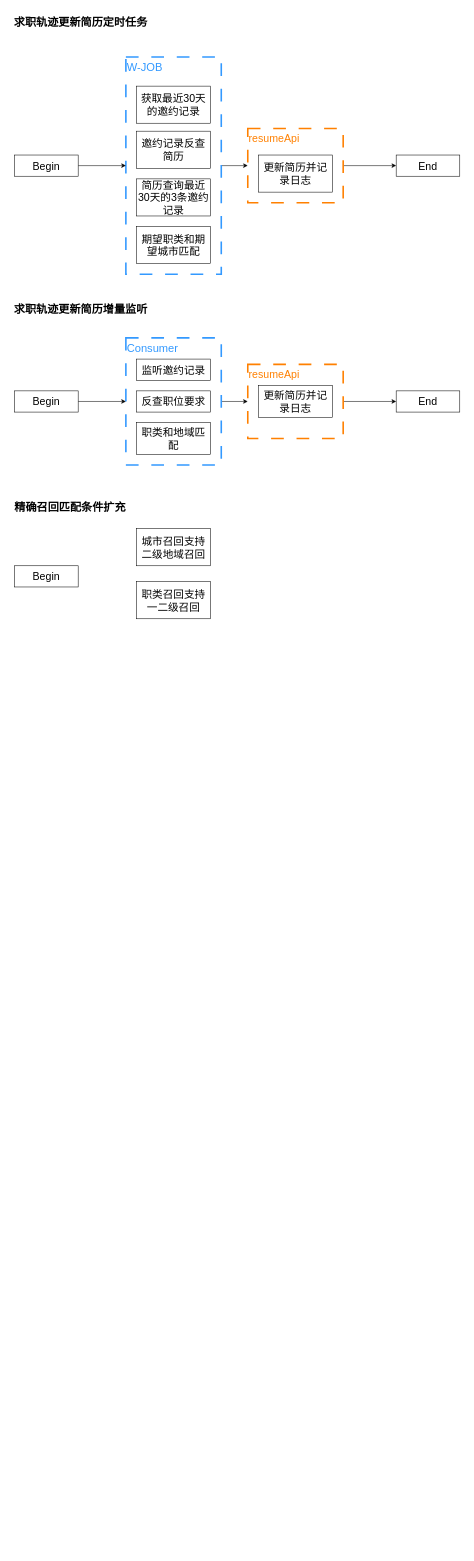
Before: 简历线索优化1.1.drawio in LuOyEbY/draw-b, a draw.io diagram. Source tidied: cells renumbered, new cells numbered last; positions are measured from the earlier drawing's top-left corner, leaving out a move shared by most shapes. Both pictures are drawn from the tidied source at 53%, with x=0, y=0 at pixel (9, 9).
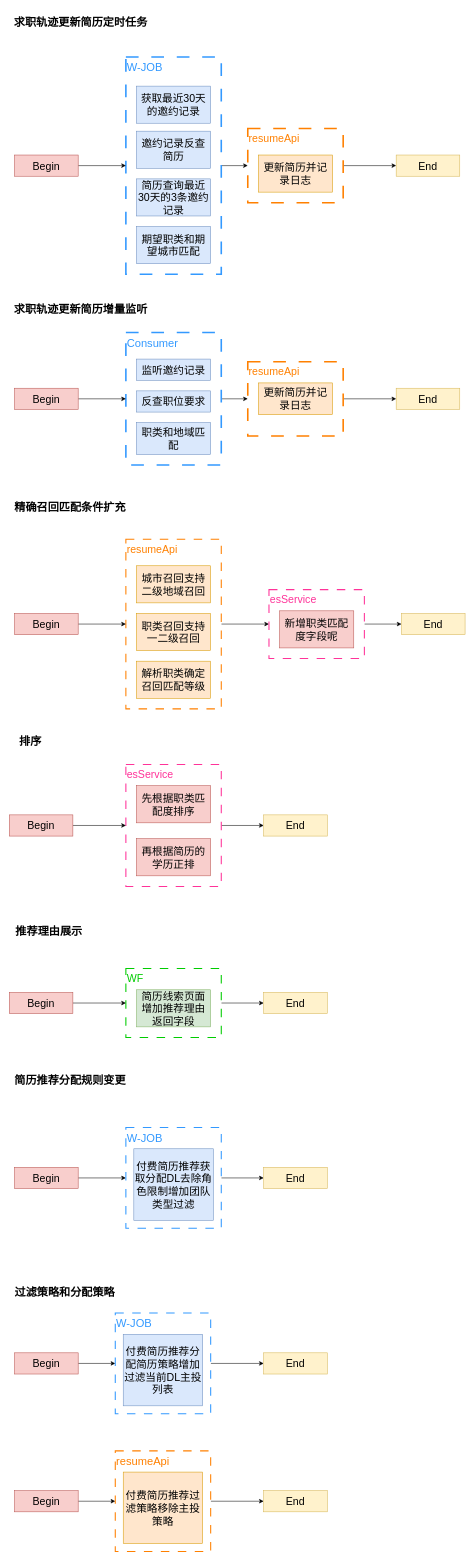
After the change.

Commit message:
更新简历线索优化1.1.drawio

Diff of the diagram source:
```diff
@@
+    <mxCell id="31" style="edgeStyle=orthogonalEdgeStyle;rounded=0;jettySize=auto;html=1;entryX=0;entryY=0.5;entryDx=0;entryDy=0;" parent="1" edge="1" source="32" target="42">
+      <mxGeometry relative="1" as="geometry" />
+    </mxCell>
+    <mxCell id="32" value="esService" style="rounded=0;whiteSpace=wrap;html=1;dashed=1;dashPattern=8 8;strokeColor=#FF3399;strokeWidth=2;verticalAlign=top;align=left;fontSize=20;fontColor=#FF3399;" parent="1" vertex="1">
+      <mxGeometry x="220" y="1425" width="180" height="230" as="geometry" />
+    </mxCell>
+    <mxCell id="33" style="edgeStyle=orthogonalEdgeStyle;rounded=0;jettySize=auto;html=1;entryX=0;entryY=0.5;entryDx=0;entryDy=0;" parent="1" edge="1" source="34" target="44">
+      <mxGeometry relative="1" as="geometry" />
+    </mxCell>
+    <mxCell id="34" value="resumeApi" style="rounded=0;whiteSpace=wrap;html=1;dashed=1;dashPattern=8 8;strokeColor=#FF8000;strokeWidth=2;verticalAlign=top;align=left;fontSize=20;fontColor=#FF8000;" parent="1" vertex="1">
+      <mxGeometry x="220" y="1000" width="180" height="320" as="geometry" />
+    </mxCell>
@@
     <mxCell id="3" value="resumeApi" style="rounded=0;whiteSpace=wrap;html=1;dashed=1;dashPattern=8 8;strokeColor=#FF8000;strokeWidth=3;verticalAlign=top;align=left;fontSize=20;fontColor=#FF8000;" parent="1" vertex="1">
-      <mxGeometry x="450" y="670" width="180" height="140" as="geometry" />
+      <mxGeometry x="450" y="665" width="180" height="140" as="geometry" />
     </mxCell>
@@
     <mxCell id="5" value="Consumer" style="rounded=0;whiteSpace=wrap;html=1;dashed=1;dashPattern=8 8;strokeColor=#3399FF;strokeWidth=3;align=left;horizontal=1;verticalAlign=top;fontSize=21;fontColor=#3399FF;" parent="1" vertex="1">
-      <mxGeometry x="220" y="620" width="180" height="240" as="geometry" />
+      <mxGeometry x="220" y="610" width="180" height="250" as="geometry" />
     </mxCell>
@@
-    <mxCell id="12" value="Begin" style="rounded=0;whiteSpace=wrap;html=1;fontSize=20;" parent="1" vertex="1">
+    <mxCell id="12" value="Begin" style="rounded=0;whiteSpace=wrap;html=1;fontSize=20;fillColor=#f8cecc;strokeColor=#b85450;" parent="1" vertex="1">
       <mxGeometry x="10" y="275" width="120" height="40" as="geometry" />
     </mxCell>
-    <mxCell id="13" value="获取最近30天的邀约记录" style="rounded=0;whiteSpace=wrap;html=1;fontSize=20;" parent="1" vertex="1">
+    <mxCell id="13" value="获取最近30天的邀约记录" style="rounded=0;whiteSpace=wrap;html=1;fontSize=20;fillColor=#dae8fc;strokeColor=#6c8ebf;" parent="1" vertex="1">
       <mxGeometry x="240" y="145" width="140" height="70" as="geometry" />
     </mxCell>
-    <mxCell id="14" value="邀约记录反查简历" style="rounded=0;whiteSpace=wrap;html=1;fontSize=20;" parent="1" vertex="1">
+    <mxCell id="14" value="邀约记录反查简历" style="rounded=0;whiteSpace=wrap;html=1;fontSize=20;fillColor=#dae8fc;strokeColor=#6c8ebf;" parent="1" vertex="1">
       <mxGeometry x="240" y="230" width="140" height="70" as="geometry" />
     </mxCell>
-    <mxCell id="15" value="简历查询最近30天的3条邀约记录" style="rounded=0;whiteSpace=wrap;html=1;fontSize=20;" parent="1" vertex="1">
+    <mxCell id="15" value="简历查询最近30天的3条邀约记录" style="rounded=0;whiteSpace=wrap;html=1;fontSize=20;fillColor=#dae8fc;strokeColor=#6c8ebf;" parent="1" vertex="1">
       <mxGeometry x="240" y="320" width="140" height="70" as="geometry" />
     </mxCell>
-    <mxCell id="16" value="期望职类和期望城市匹配" style="rounded=0;whiteSpace=wrap;html=1;fontSize=20;" parent="1" vertex="1">
+    <mxCell id="16" value="期望职类和期望城市匹配" style="rounded=0;whiteSpace=wrap;html=1;fontSize=20;fillColor=#dae8fc;strokeColor=#6c8ebf;" parent="1" vertex="1">
       <mxGeometry x="240" y="410" width="140" height="70" as="geometry" />
     </mxCell>
-    <mxCell id="17" value="更新简历并记录日志" style="rounded=0;whiteSpace=wrap;html=1;fontSize=20;" parent="1" vertex="1">
+    <mxCell id="17" value="更新简历并记录日志" style="rounded=0;whiteSpace=wrap;html=1;fontSize=20;fillColor=#ffe6cc;strokeColor=#d79b00;" parent="1" vertex="1">
       <mxGeometry x="470" y="275" width="140" height="70" as="geometry" />
     </mxCell>
-    <mxCell id="18" value="End" style="rounded=0;whiteSpace=wrap;html=1;fontSize=20;" parent="1" vertex="1">
+    <mxCell id="18" value="End" style="rounded=0;whiteSpace=wrap;html=1;fontSize=20;fillColor=#fff2cc;strokeColor=#d6b656;" parent="1" vertex="1">
       <mxGeometry x="730" y="275" width="120" height="40" as="geometry" />
     </mxCell>
@@
-    <mxCell id="21" value="Begin" style="rounded=0;whiteSpace=wrap;html=1;fontSize=20;" parent="1" vertex="1">
-      <mxGeometry x="10" y="720" width="120" height="40" as="geometry" />
+    <mxCell id="21" value="Begin" style="rounded=0;whiteSpace=wrap;html=1;fontSize=20;fillColor=#f8cecc;strokeColor=#b85450;" parent="1" vertex="1">
+      <mxGeometry x="10" y="715" width="120" height="40" as="geometry" />
     </mxCell>
-    <mxCell id="22" value="监听邀约记录" style="whiteSpace=wrap;html=1;fontSize=20;rounded=0;" parent="1" vertex="1">
+    <mxCell id="22" value="监听邀约记录" style="whiteSpace=wrap;html=1;fontSize=20;rounded=0;fillColor=#dae8fc;strokeColor=#6c8ebf;" parent="1" vertex="1">
       <mxGeometry x="240" y="660" width="140" height="40" as="geometry" />
     </mxCell>
-    <mxCell id="23" value="反查职位要求" style="whiteSpace=wrap;html=1;fontSize=20;rounded=0;" parent="1" vertex="1">
+    <mxCell id="23" value="反查职位要求" style="whiteSpace=wrap;html=1;fontSize=20;rounded=0;fillColor=#dae8fc;strokeColor=#6c8ebf;" parent="1" vertex="1">
       <mxGeometry x="240" y="720" width="140" height="40" as="geometry" />
     </mxCell>
-    <mxCell id="24" value="职类和地域匹配" style="whiteSpace=wrap;html=1;fontSize=20;rounded=0;" parent="1" vertex="1">
+    <mxCell id="24" value="职类和地域匹配" style="whiteSpace=wrap;html=1;fontSize=20;rounded=0;fillColor=#dae8fc;strokeColor=#6c8ebf;" parent="1" vertex="1">
       <mxGeometry x="240" y="780" width="140" height="60" as="geometry" />
     </mxCell>
-    <mxCell id="25" value="更新简历并记录日志" style="whiteSpace=wrap;html=1;fontSize=20;rounded=0;" parent="1" vertex="1">
-      <mxGeometry x="470" y="710" width="140" height="60" as="geometry" />
+    <mxCell id="25" value="更新简历并记录日志" style="whiteSpace=wrap;html=1;fontSize=20;rounded=0;fillColor=#ffe6cc;strokeColor=#d79b00;" parent="1" vertex="1">
+      <mxGeometry x="470" y="705" width="140" height="60" as="geometry" />
     </mxCell>
-    <mxCell id="26" value="End" style="rounded=0;whiteSpace=wrap;html=1;fontSize=20;" parent="1" vertex="1">
-      <mxGeometry x="730" y="720" width="120" height="40" as="geometry" />
+    <mxCell id="26" value="End" style="rounded=0;whiteSpace=wrap;html=1;fontSize=20;fillColor=#fff2cc;strokeColor=#d6b656;" parent="1" vertex="1">
+      <mxGeometry x="730" y="715" width="120" height="40" as="geometry" />
     </mxCell>
@@
+    <mxCell id="35" style="edgeStyle=orthogonalEdgeStyle;rounded=0;jettySize=auto;html=1;entryX=0;entryY=0.5;entryDx=0;entryDy=0;" parent="1" edge="1" source="28" target="34">
+      <mxGeometry relative="1" as="geometry" />
+    </mxCell>
-    <mxCell id="28" value="Begin" style="rounded=0;whiteSpace=wrap;html=1;fontSize=20;" parent="1" vertex="1">
-      <mxGeometry x="10" y="1050" width="120" height="40" as="geometry" />
+    <mxCell id="28" value="Begin" style="rounded=0;whiteSpace=wrap;html=1;fontSize=20;fillColor=#f8cecc;strokeColor=#b85450;" parent="1" vertex="1">
+      <mxGeometry x="10" y="1140" width="120" height="40" as="geometry" />
     </mxCell>
-    <mxCell id="29" value="城市召回支持二级地域召回" style="whiteSpace=wrap;html=1;fontSize=20;rounded=0;" parent="1" vertex="1">
-      <mxGeometry x="240" y="980" width="140" height="70" as="geometry" />
+    <mxCell id="29" value="城市召回支持二级地域召回" style="whiteSpace=wrap;html=1;fontSize=20;rounded=0;fillColor=#ffe6cc;strokeColor=#d79b00;" parent="1" vertex="1">
+      <mxGeometry x="240" y="1050" width="140" height="70" as="geometry" />
     </mxCell>
-    <mxCell id="30" value="职类召回支持一二级召回" style="whiteSpace=wrap;html=1;fontSize=20;rounded=0;" parent="1" vertex="1">
-      <mxGeometry x="240" y="1080" width="140" height="70" as="geometry" />
+    <mxCell id="30" value="职类召回支持一二级召回" style="whiteSpace=wrap;html=1;fontSize=20;rounded=0;fillColor=#ffe6cc;strokeColor=#d79b00;" parent="1" vertex="1">
+      <mxGeometry x="240" y="1140" width="140" height="70" as="geometry" />
     </mxCell>
+    <mxCell id="36" value="解析职类确定召回匹配等级" style="whiteSpace=wrap;html=1;fontSize=20;rounded=0;fillColor=#ffe6cc;strokeColor=#d79b00;" parent="1" vertex="1">
+      <mxGeometry x="240" y="1230" width="140" height="70" as="geometry" />
+    </mxCell>
+    <mxCell id="37" value="排序" style="text;html=1;strokeColor=none;fillColor=none;align=center;verticalAlign=middle;whiteSpace=wrap;rounded=0;fontSize=21;fontStyle=1;" parent="1" vertex="1">
+      <mxGeometry y="1360" width="80" height="40" as="geometry" />
+    </mxCell>
+    <mxCell id="38" style="edgeStyle=orthogonalEdgeStyle;rounded=0;jettySize=auto;html=1;entryX=0;entryY=0.5;entryDx=0;entryDy=0;" parent="1" edge="1" source="39" target="32">
+      <mxGeometry relative="1" as="geometry" />
+    </mxCell>
+    <mxCell id="39" value="Begin" style="rounded=0;whiteSpace=wrap;html=1;fontSize=20;fillColor=#f8cecc;strokeColor=#b85450;" parent="1" vertex="1">
+      <mxGeometry y="1520" width="120" height="40" as="geometry" />
+    </mxCell>
+    <mxCell id="40" value="先根据职类匹配度排序" style="whiteSpace=wrap;html=1;fontSize=20;rounded=0;fillColor=#f8cecc;strokeColor=#b85450;" parent="1" vertex="1">
+      <mxGeometry x="240" y="1465" width="140" height="70" as="geometry" />
+    </mxCell>
+    <mxCell id="41" value="再根据简历的学历正排" style="whiteSpace=wrap;html=1;fontSize=20;rounded=0;fillColor=#f8cecc;strokeColor=#b85450;" parent="1" vertex="1">
+      <mxGeometry x="240" y="1565" width="140" height="70" as="geometry" />
+    </mxCell>
+    <mxCell id="42" value="End" style="rounded=0;whiteSpace=wrap;html=1;fontSize=20;fillColor=#fff2cc;strokeColor=#d6b656;" parent="1" vertex="1">
+      <mxGeometry x="480" y="1520" width="120" height="40" as="geometry" />
+    </mxCell>
+    <mxCell id="43" style="edgeStyle=orthogonalEdgeStyle;rounded=0;jettySize=auto;html=1;" parent="1" edge="1" source="44" target="46">
+      <mxGeometry relative="1" as="geometry" />
+    </mxCell>
+    <mxCell id="44" value="esService" style="rounded=0;whiteSpace=wrap;html=1;dashed=1;dashPattern=8 8;strokeColor=#FF3399;strokeWidth=2;verticalAlign=top;align=left;fontSize=20;fontColor=#FF3399;" parent="1" vertex="1">
+      <mxGeometry x="490" y="1095" width="180" height="130" as="geometry" />
+    </mxCell>
+    <mxCell id="45" value="新增职类匹配度字段呢" style="whiteSpace=wrap;html=1;fontSize=20;rounded=0;fillColor=#f8cecc;strokeColor=#b85450;" parent="1" vertex="1">
+      <mxGeometry x="510" y="1135" width="140" height="70" as="geometry" />
+    </mxCell>
+    <mxCell id="46" value="End" style="rounded=0;whiteSpace=wrap;html=1;fontSize=20;fillColor=#fff2cc;strokeColor=#d6b656;" parent="1" vertex="1">
+      <mxGeometry x="740" y="1140" width="120" height="40" as="geometry" />
+    </mxCell>
+    <mxCell id="47" style="edgeStyle=orthogonalEdgeStyle;rounded=0;jettySize=auto;html=1;entryX=0;entryY=0.5;entryDx=0;entryDy=0;" parent="1" edge="1" source="48" target="52">
+      <mxGeometry relative="1" as="geometry" />
+    </mxCell>
+    <mxCell id="48" value="WF" style="rounded=0;whiteSpace=wrap;html=1;dashed=1;dashPattern=8 8;strokeColor=#00CC00;strokeWidth=2;verticalAlign=top;align=left;fontSize=20;fontColor=#00CC00;" parent="1" vertex="1">
+      <mxGeometry x="220" y="1810" width="180" height="130" as="geometry" />
+    </mxCell>
+    <mxCell id="49" style="edgeStyle=orthogonalEdgeStyle;rounded=0;jettySize=auto;html=1;entryX=0;entryY=0.5;entryDx=0;entryDy=0;" parent="1" edge="1" source="50" target="48">
+      <mxGeometry relative="1" as="geometry" />
+    </mxCell>
+    <mxCell id="50" value="Begin" style="rounded=0;whiteSpace=wrap;html=1;fontSize=20;fillColor=#f8cecc;strokeColor=#b85450;" parent="1" vertex="1">
+      <mxGeometry y="1855" width="120" height="40" as="geometry" />
+    </mxCell>
+    <mxCell id="51" value="简历线索页面增加推荐理由返回字段" style="whiteSpace=wrap;html=1;fontSize=20;rounded=0;fillColor=#d5e8d4;strokeColor=#82b366;" parent="1" vertex="1">
+      <mxGeometry x="240" y="1850" width="140" height="70" as="geometry" />
+    </mxCell>
+    <mxCell id="52" value="End" style="rounded=0;whiteSpace=wrap;html=1;fontSize=20;fillColor=#fff2cc;strokeColor=#d6b656;" parent="1" vertex="1">
+      <mxGeometry x="480" y="1855" width="120" height="40" as="geometry" />
+    </mxCell>
+    <mxCell id="53" value="推荐理由展示" style="text;html=1;strokeColor=none;fillColor=none;align=center;verticalAlign=middle;whiteSpace=wrap;rounded=0;fontSize=21;fontStyle=1;" parent="1" vertex="1">
+      <mxGeometry y="1720" width="150" height="40" as="geometry" />
+    </mxCell>
+    <mxCell id="54" value="简历推荐分配规则变更" style="text;html=1;strokeColor=none;fillColor=none;align=center;verticalAlign=middle;whiteSpace=wrap;rounded=0;fontSize=21;fontStyle=1;" parent="1" vertex="1">
+      <mxGeometry y="2000" width="230" height="40" as="geometry" />
+    </mxCell>
+    <mxCell id="55" style="edgeStyle=orthogonalEdgeStyle;rounded=0;jettySize=auto;html=1;entryX=0;entryY=0.5;entryDx=0;entryDy=0;" parent="1" edge="1" source="56" target="58">
+      <mxGeometry relative="1" as="geometry" />
+    </mxCell>
+    <mxCell id="56" value="Begin" style="rounded=0;whiteSpace=wrap;html=1;fontSize=20;fillColor=#f8cecc;strokeColor=#b85450;" parent="1" vertex="1">
+      <mxGeometry x="10" y="2185" width="120" height="40" as="geometry" />
+    </mxCell>
+    <mxCell id="57" style="edgeStyle=orthogonalEdgeStyle;rounded=0;jettySize=auto;html=1;entryX=0;entryY=0.5;entryDx=0;entryDy=0;" parent="1" edge="1" source="58" target="60">
+      <mxGeometry relative="1" as="geometry" />
+    </mxCell>
+    <mxCell id="58" value="W-JOB" style="rounded=0;whiteSpace=wrap;html=1;dashed=1;dashPattern=8 8;strokeColor=#3399FF;strokeWidth=2;align=left;horizontal=1;verticalAlign=top;fontSize=21;fontColor=#3399FF;" parent="1" vertex="1">
+      <mxGeometry x="220" y="2110" width="180" height="190" as="geometry" />
+    </mxCell>
+    <mxCell id="59" value="付费简历推荐获取分配DL去除角色限制增加团队类型过滤" style="whiteSpace=wrap;html=1;fontSize=20;rounded=0;fillColor=#dae8fc;strokeColor=#6c8ebf;" parent="1" vertex="1">
+      <mxGeometry x="235" y="2150" width="150" height="135" as="geometry" />
+    </mxCell>
+    <mxCell id="60" value="End" style="rounded=0;whiteSpace=wrap;html=1;fontSize=20;fillColor=#fff2cc;strokeColor=#d6b656;" parent="1" vertex="1">
+      <mxGeometry x="480" y="2185" width="120" height="40" as="geometry" />
+    </mxCell>
+    <mxCell id="61" value="过滤策略和分配策略" style="text;html=1;strokeColor=none;fillColor=none;align=center;verticalAlign=middle;whiteSpace=wrap;rounded=0;fontSize=21;fontStyle=1;" parent="1" vertex="1">
+      <mxGeometry y="2400" width="210" height="40" as="geometry" />
+    </mxCell>
+    <mxCell id="62" style="edgeStyle=orthogonalEdgeStyle;rounded=0;jettySize=auto;html=1;entryX=0;entryY=0.5;entryDx=0;entryDy=0;" parent="1" edge="1" source="63" target="65">
+      <mxGeometry relative="1" as="geometry" />
+    </mxCell>
+    <mxCell id="63" value="Begin" style="rounded=0;whiteSpace=wrap;html=1;fontSize=20;fillColor=#f8cecc;strokeColor=#b85450;" parent="1" vertex="1">
+      <mxGeometry x="10" y="2535" width="120" height="40" as="geometry" />
+    </mxCell>
+    <mxCell id="64" style="edgeStyle=orthogonalEdgeStyle;rounded=0;jettySize=auto;html=1;entryX=0;entryY=0.5;entryDx=0;entryDy=0;" parent="1" edge="1" source="65" target="67">
+      <mxGeometry relative="1" as="geometry" />
+    </mxCell>
+    <mxCell id="65" value="W-JOB" style="rounded=0;whiteSpace=wrap;html=1;dashed=1;dashPattern=8 8;strokeColor=#3399FF;strokeWidth=2;align=left;horizontal=1;verticalAlign=top;fontSize=21;fontColor=#3399FF;" parent="1" vertex="1">
+      <mxGeometry x="200" y="2460" width="180" height="190" as="geometry" />
+    </mxCell>
+    <mxCell id="66" value="付费简历推荐分配简历策略增加过滤当前DL主投列表" style="whiteSpace=wrap;html=1;fontSize=20;rounded=0;fillColor=#dae8fc;strokeColor=#6c8ebf;" parent="1" vertex="1">
+      <mxGeometry x="215" y="2500" width="150" height="135" as="geometry" />
+    </mxCell>
+    <mxCell id="67" value="End" style="rounded=0;whiteSpace=wrap;html=1;fontSize=20;fillColor=#fff2cc;strokeColor=#d6b656;" parent="1" vertex="1">
+      <mxGeometry x="480" y="2535" width="120" height="40" as="geometry" />
+    </mxCell>
+    <mxCell id="68" style="edgeStyle=orthogonalEdgeStyle;rounded=0;jettySize=auto;html=1;entryX=0;entryY=0.5;entryDx=0;entryDy=0;" parent="1" edge="1" source="69" target="71">
+      <mxGeometry relative="1" as="geometry" />
+    </mxCell>
+    <mxCell id="69" value="Begin" style="rounded=0;whiteSpace=wrap;html=1;fontSize=20;fillColor=#f8cecc;strokeColor=#b85450;" parent="1" vertex="1">
+      <mxGeometry x="10" y="2795" width="120" height="40" as="geometry" />
+    </mxCell>
+    <mxCell id="70" style="edgeStyle=orthogonalEdgeStyle;rounded=0;jettySize=auto;html=1;entryX=0;entryY=0.5;entryDx=0;entryDy=0;" parent="1" edge="1" source="71" target="73">
+      <mxGeometry relative="1" as="geometry" />
+    </mxCell>
+    <mxCell id="71" value="resumeApi" style="rounded=0;whiteSpace=wrap;html=1;dashed=1;dashPattern=8 8;strokeColor=#FF8000;strokeWidth=2;align=left;horizontal=1;verticalAlign=top;fontSize=21;fontColor=#FF8000;" parent="1" vertex="1">
+      <mxGeometry x="200" y="2720" width="180" height="190" as="geometry" />
+    </mxCell>
+    <mxCell id="72" value="付费简历推荐过滤策略移除主投策略" style="whiteSpace=wrap;html=1;fontSize=20;rounded=0;fillColor=#ffe6cc;strokeColor=#d79b00;" parent="1" vertex="1">
+      <mxGeometry x="215" y="2760" width="150" height="135" as="geometry" />
+    </mxCell>
+    <mxCell id="73" value="End" style="rounded=0;whiteSpace=wrap;html=1;fontSize=20;fillColor=#fff2cc;strokeColor=#d6b656;" parent="1" vertex="1">
+      <mxGeometry x="480" y="2795" width="120" height="40" as="geometry" />
+    </mxCell>
```
